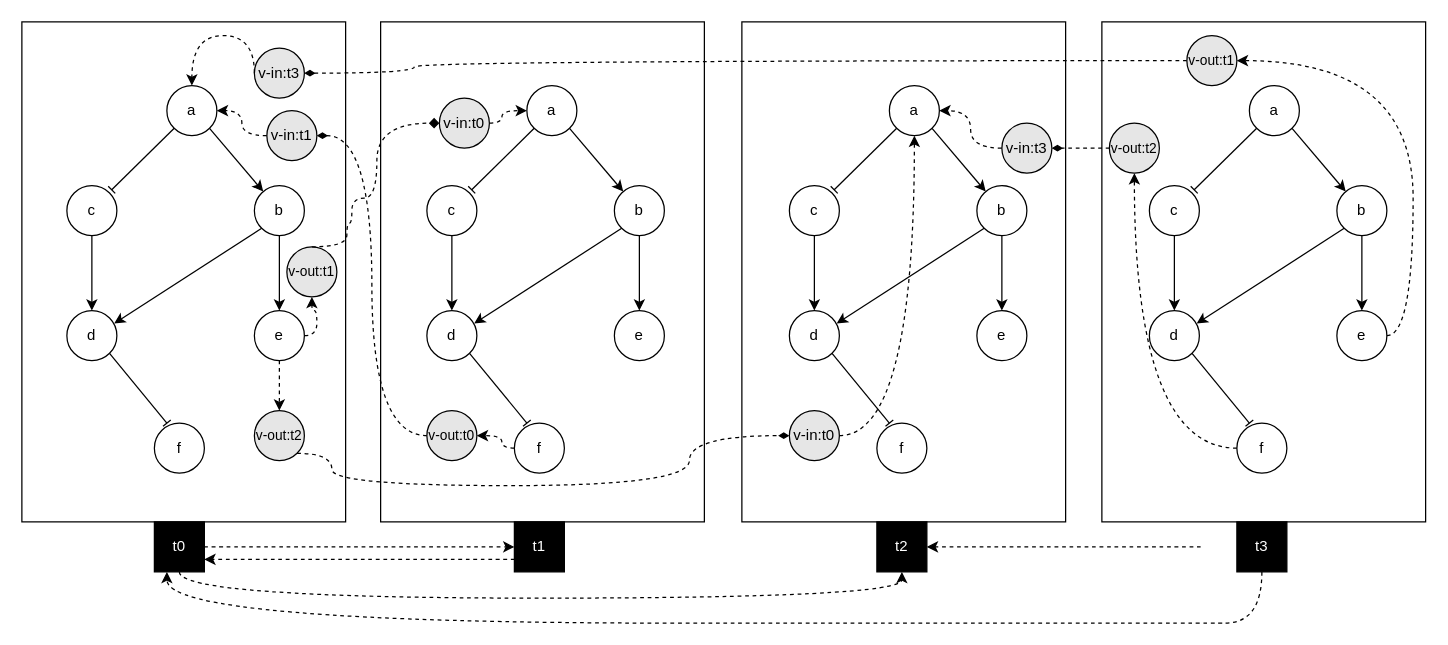
josura/c2c-sepia keeps this draw.io diagram as docs/useCase1-WithInteractions.drawio. Above is the earlier version. Source tidied: cells renumbered, new cells numbered last; positions are measured from the earlier drawing's top-left corner, leaving out a move shared by most shapes. Both pictures are drawn from the tidied source at 125%, with x=0, y=0 at pixel (21, 21).
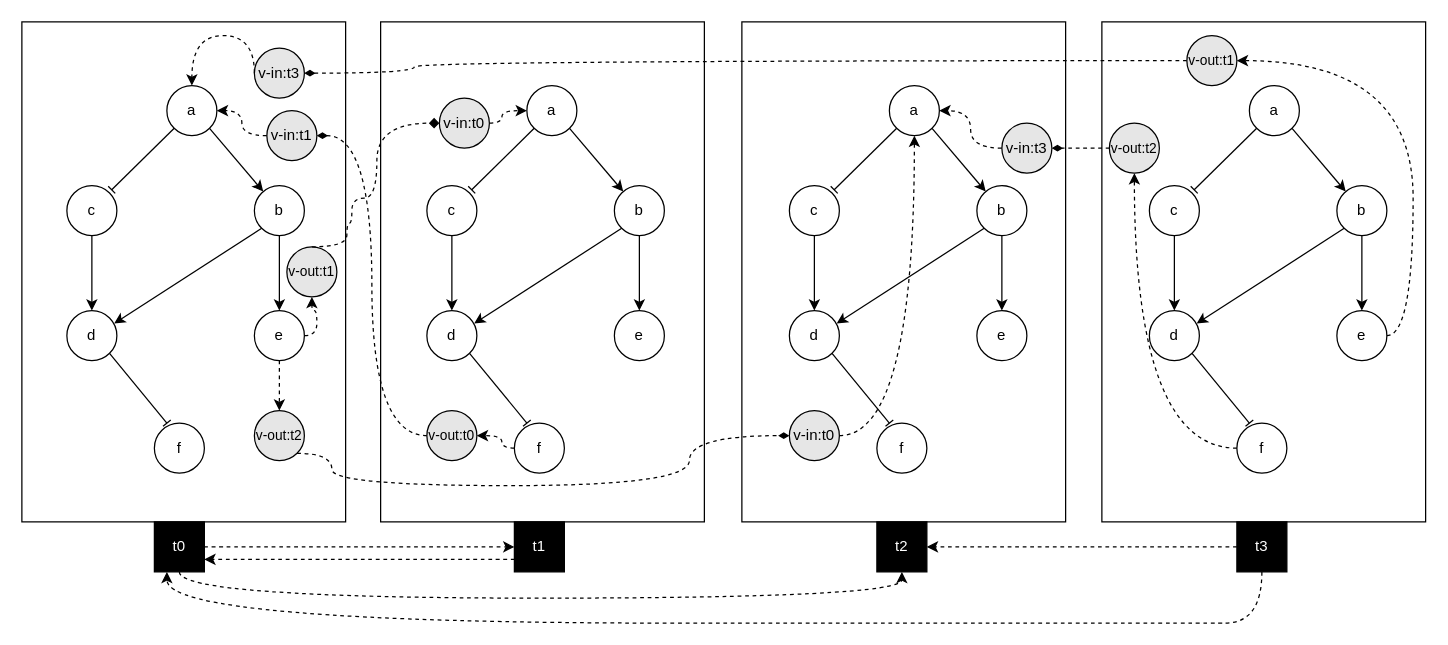
The same page after the edit.

Unchanged cells that the change refers to:
```xml
<mxCell id="67" value="&lt;font color=&quot;#ffffff&quot;&gt;t3&lt;/font&gt;" style="rounded=0;whiteSpace=wrap;html=1;fillColor=#000000;" parent="1" vertex="1">
  <mxGeometry x="972" y="400" width="40" height="40" as="geometry" />
</mxCell>
```

Diff of the diagram source:
```diff
@@
-    <mxCell id="66" style="edgeStyle=orthogonalEdgeStyle;curved=1;rounded=0;orthogonalLoop=1;jettySize=auto;html=1;exitX=0;exitY=0.5;exitDx=0;exitDy=0;entryX=1;entryY=0.5;entryDx=0;entryDy=0;dashed=1;" parent="1" edge="1">
+    <mxCell id="66" style="edgeStyle=orthogonalEdgeStyle;curved=1;rounded=0;jettySize=auto;html=1;exitX=0;exitY=0.5;exitDx=0;exitDy=0;entryX=1;entryY=0.5;entryDx=0;entryDy=0;dashed=1;" parent="1" edge="1" source="67">
       <mxGeometry relative="1" as="geometry">
-        <mxPoint x="943" y="420" as="sourcePoint" />
         <mxPoint x="724" y="420" as="targetPoint" />
       </mxGeometry>
     </mxCell>
```
